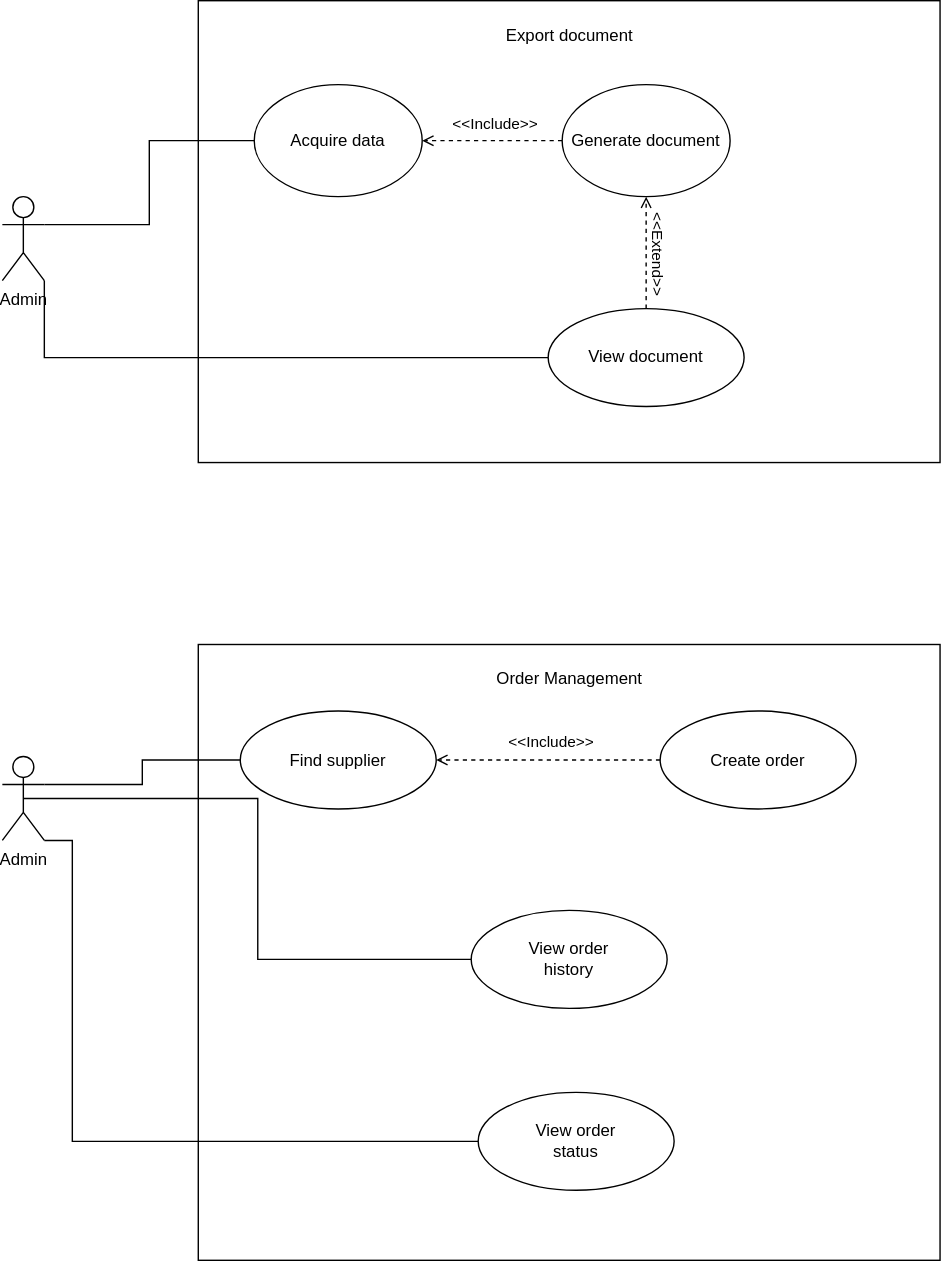
The draw.io diagram Untitled Diagram.drawio.svg in Simamkele88/IFM3_GP, before a commit. Source tidied: cells renumbered, new cells last; positions are measured from the earlier drawing's top-left corner, leaving out a move shared by most shapes.
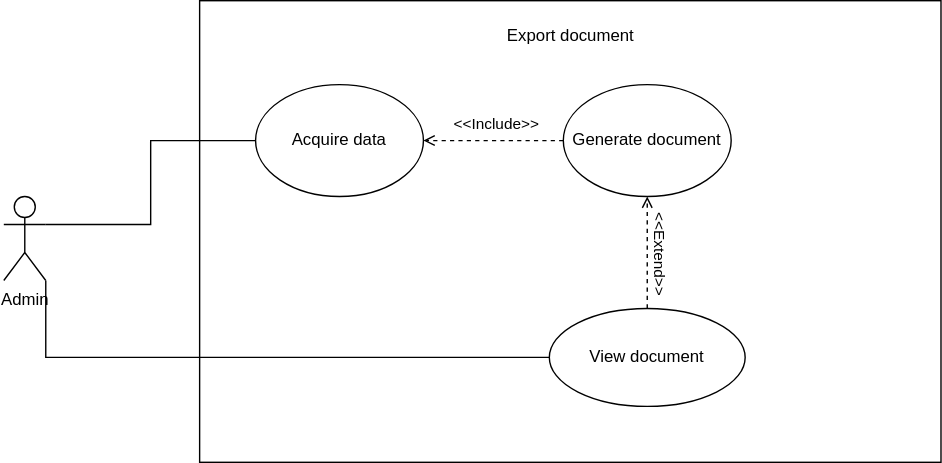
After the change.

What changed in the source:
```diff
@@ -39,49 +39,6 @@
     <mxCell id="12" value="View document" style="ellipse;whiteSpace=wrap;html=1;" parent="1" vertex="1">
       <mxGeometry x="390" y="220" width="140" height="70" as="geometry" />
     </mxCell>
-    <mxCell id="13" style="whiteSpace=wrap;html=1;" parent="1" vertex="1">
-      <mxGeometry x="140" y="460" width="530" height="440" as="geometry" />
-    </mxCell>
-    <mxCell id="14" value="Order Management" style="text;html=1;align=center;verticalAlign=middle;strokeColor=none;fillColor=none;" parent="1" vertex="1">
-      <mxGeometry x="340" y="470" width="130" height="30" as="geometry" />
-    </mxCell>
-    <mxCell id="15" style="edgeStyle=orthogonalEdgeStyle;rounded=0;jettySize=auto;html=1;exitX=1;exitY=0.3333333333333333;exitDx=0;exitDy=0;exitPerimeter=0;entryX=0;entryY=0.5;entryDx=0;entryDy=0;endArrow=none;startFill=0;" parent="1" edge="1" source="18" target="19">
-      <mxGeometry relative="1" as="geometry" />
-    </mxCell>
-    <mxCell id="16" style="edgeStyle=orthogonalEdgeStyle;rounded=0;jettySize=auto;html=1;exitX=1;exitY=1;exitDx=0;exitDy=0;exitPerimeter=0;entryX=0;entryY=0.5;entryDx=0;entryDy=0;endArrow=none;startFill=0;" parent="1" edge="1" source="18" target="24">
-      <mxGeometry relative="1" as="geometry">
-        <Array as="points">
-          <mxPoint x="50" y="600" />
-          <mxPoint x="50" y="815" />
-        </Array>
-      </mxGeometry>
-    </mxCell>
-    <mxCell id="17" style="edgeStyle=orthogonalEdgeStyle;rounded=0;jettySize=auto;html=1;exitX=0.5;exitY=0.5;exitDx=0;exitDy=0;exitPerimeter=0;entryX=0;entryY=0.5;entryDx=0;entryDy=0;endArrow=none;startFill=0;" parent="1" edge="1" source="18" target="23">
-      <mxGeometry relative="1" as="geometry" />
-    </mxCell>
-    <mxCell id="18" value="Admin" style="shape=umlActor;verticalLabelPosition=bottom;verticalAlign=top;html=1;" parent="1" vertex="1">
-      <mxGeometry y="540" width="30" height="60" as="geometry" />
-    </mxCell>
-    <mxCell id="19" value="Find supplier" style="ellipse;whiteSpace=wrap;html=1;" parent="1" vertex="1">
-      <mxGeometry x="170" y="507.5" width="140" height="70" as="geometry" />
-    </mxCell>
-    <mxCell id="20" value="Create order" style="ellipse;whiteSpace=wrap;html=1;" parent="1" vertex="1">
-      <mxGeometry x="470" y="507.5" width="140" height="70" as="geometry" />
-    </mxCell>
-    <mxCell id="21" style="rounded=0;jettySize=auto;html=1;exitX=0;exitY=0.5;exitDx=0;exitDy=0;dashed=1;endArrow=open;endFill=0;entryX=1;entryY=0.5;entryDx=0;entryDy=0;" parent="1" edge="1" source="20" target="19">
-      <mxGeometry relative="1" as="geometry" />
-    </mxCell>
-    <mxCell id="22" value="&amp;lt;&amp;lt;Include&amp;gt;&amp;gt;" style="edgeLabel;html=1;align=center;verticalAlign=middle;rotation=0;" parent="21" vertex="1">
-      <mxGeometry x="-0.01" y="-2" relative="1" as="geometry">
-        <mxPoint y="-11" as="offset" />
-      </mxGeometry>
-    </mxCell>
-    <mxCell id="23" value="View order&lt;div&gt;history&lt;/div&gt;" style="ellipse;whiteSpace=wrap;html=1;" parent="1" vertex="1">
-      <mxGeometry x="335" y="650" width="140" height="70" as="geometry" />
-    </mxCell>
-    <mxCell id="24" value="View order&lt;div&gt;status&lt;/div&gt;" style="ellipse;whiteSpace=wrap;html=1;" parent="1" vertex="1">
-      <mxGeometry x="340" y="780" width="140" height="70" as="geometry" />
-    </mxCell>
     <mxCell id="25" style="edgeStyle=orthogonalEdgeStyle;rounded=0;jettySize=auto;html=1;exitX=1;exitY=0.3333333333333333;exitDx=0;exitDy=0;exitPerimeter=0;entryX=0;entryY=0.5;entryDx=0;entryDy=0;endArrow=none;startFill=0;" parent="1" edge="1" source="9" target="7">
       <mxGeometry relative="1" as="geometry" />
     </mxCell>
```
